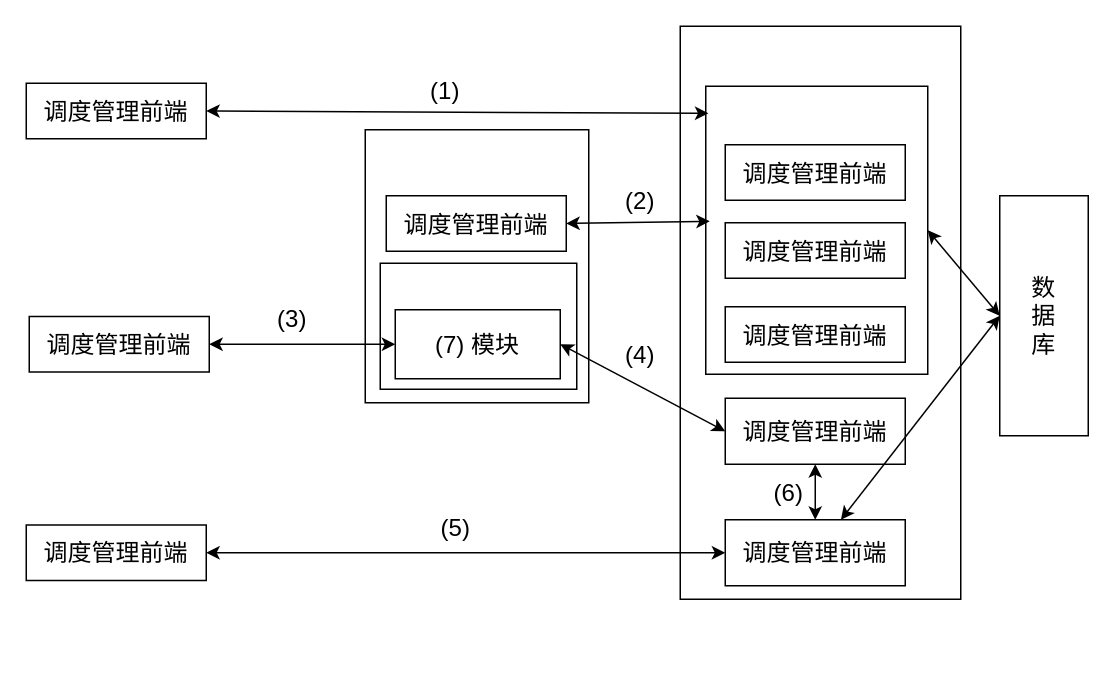
Earlier version of the draw.io diagram 软考.drawio (xiaodongYao/DrawIO). Source tidied: cells renumbered, new cells numbered last; positions are measured from the earlier drawing's top-left corner, leaving out a move shared by most shapes. Both pictures are drawn from the tidied source at 150%, with x=0, y=0 at pixel (26, 26).
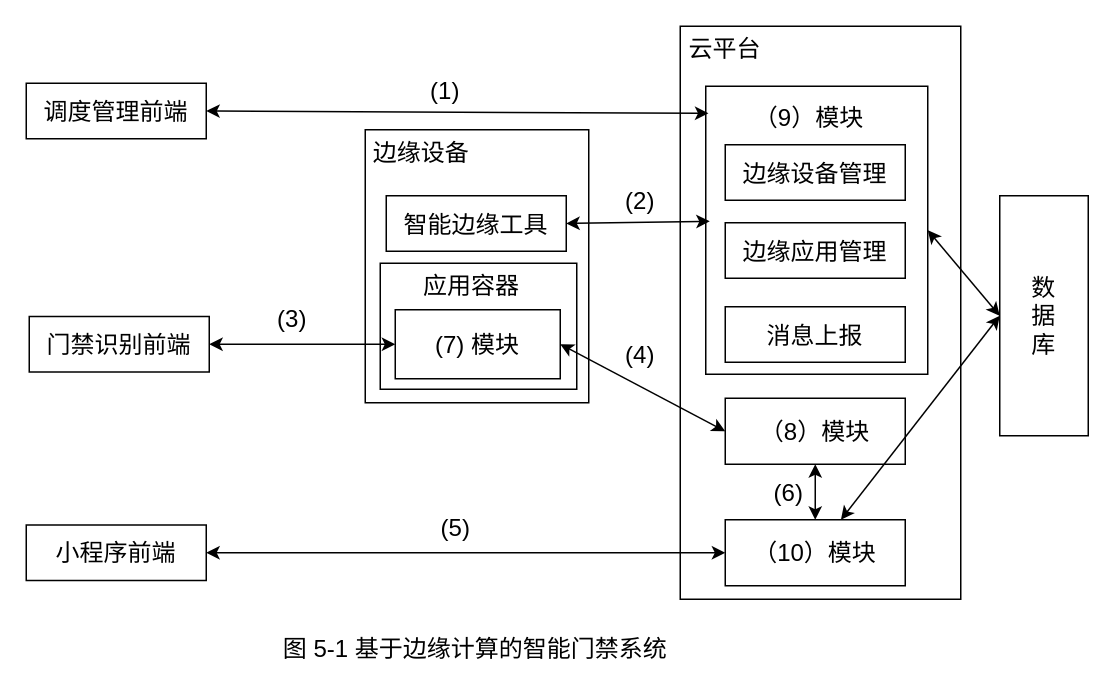
The same diagram, later.

The edit, as a diff of the source:
```diff
@@
-    <mxCell id="3" value="调度管理前端" style="rounded=0;whiteSpace=wrap;html=1;fontSize=16;" parent="1" vertex="1">
+    <mxCell id="3" value="门禁识别前端" style="rounded=0;whiteSpace=wrap;html=1;fontSize=16;" parent="1" vertex="1">
       <mxGeometry x="2" y="193.5" width="120" height="37" as="geometry" />
     </mxCell>
@@
-    <mxCell id="5" value="调度管理前端" style="rounded=0;whiteSpace=wrap;html=1;fontSize=16;" parent="1" vertex="1">
+    <mxCell id="5" value="小程序前端" style="rounded=0;whiteSpace=wrap;html=1;fontSize=16;" parent="1" vertex="1">
       <mxGeometry y="332.5" width="120" height="37" as="geometry" />
     </mxCell>
-    <mxCell id="6" value="调度管理前端" style="rounded=0;whiteSpace=wrap;html=1;fontSize=16;" parent="1" vertex="1">
+    <mxCell id="6" value="智能边缘工具" style="rounded=0;whiteSpace=wrap;html=1;fontSize=16;" parent="1" vertex="1">
       <mxGeometry x="240" y="113" width="120" height="37" as="geometry" />
     </mxCell>
@@
-    <mxCell id="11" value="调度管理前端" style="rounded=0;whiteSpace=wrap;html=1;fontSize=16;" parent="1" vertex="1">
+    <mxCell id="11" value="（8）模块" style="rounded=0;whiteSpace=wrap;html=1;fontSize=16;" parent="1" vertex="1">
       <mxGeometry x="466" y="248" width="120" height="44" as="geometry" />
     </mxCell>
-    <mxCell id="12" value="调度管理前端" style="rounded=0;whiteSpace=wrap;html=1;fontSize=16;" parent="1" vertex="1">
+    <mxCell id="12" value="边缘应用管理" style="rounded=0;whiteSpace=wrap;html=1;fontSize=16;" parent="1" vertex="1">
       <mxGeometry x="466" y="131" width="120" height="37" as="geometry" />
     </mxCell>
-    <mxCell id="13" value="调度管理前端" style="rounded=0;whiteSpace=wrap;html=1;fontSize=16;" parent="1" vertex="1">
+    <mxCell id="13" value="边缘设备管理" style="rounded=0;whiteSpace=wrap;html=1;fontSize=16;" parent="1" vertex="1">
       <mxGeometry x="466" y="79" width="120" height="37" as="geometry" />
     </mxCell>
-    <mxCell id="14" value="调度管理前端" style="rounded=0;whiteSpace=wrap;html=1;fontSize=16;" parent="1" vertex="1">
+    <mxCell id="14" value="消息上报" style="rounded=0;whiteSpace=wrap;html=1;fontSize=16;" parent="1" vertex="1">
       <mxGeometry x="466" y="187" width="120" height="37" as="geometry" />
     </mxCell>
-    <mxCell id="15" value="调度管理前端" style="rounded=0;whiteSpace=wrap;html=1;fontSize=16;" parent="1" vertex="1">
+    <mxCell id="15" value="（10）模块" style="rounded=0;whiteSpace=wrap;html=1;fontSize=16;" parent="1" vertex="1">
       <mxGeometry x="466" y="329" width="120" height="44" as="geometry" />
     </mxCell>
@@
+    <mxCell id="32" value="图 5-1 基于边缘计算的智能门禁系统" style="text;html=1;strokeColor=none;fillColor=none;align=center;verticalAlign=middle;whiteSpace=wrap;rounded=0;fontSize=16;" parent="1" vertex="1">
+      <mxGeometry x="136" y="400" width="327" height="30" as="geometry" />
+    </mxCell>
+    <mxCell id="33" value="（9）模块" style="text;html=1;strokeColor=none;fillColor=none;align=center;verticalAlign=middle;whiteSpace=wrap;rounded=0;fontSize=16;" parent="1" vertex="1">
+      <mxGeometry x="479" y="46" width="86" height="29" as="geometry" />
+    </mxCell>
+    <mxCell id="34" value="应用容器" style="text;html=1;strokeColor=none;fillColor=none;align=center;verticalAlign=middle;whiteSpace=wrap;rounded=0;fontSize=16;" parent="1" vertex="1">
+      <mxGeometry x="260" y="160" width="74" height="25" as="geometry" />
+    </mxCell>
+    <mxCell id="35" value="边缘设备" style="text;html=1;strokeColor=none;fillColor=none;align=center;verticalAlign=middle;whiteSpace=wrap;rounded=0;fontSize=16;" parent="1" vertex="1">
+      <mxGeometry x="226" y="72" width="75" height="23" as="geometry" />
+    </mxCell>
+    <mxCell id="36" value="云平台" style="text;html=1;strokeColor=none;fillColor=none;align=center;verticalAlign=middle;whiteSpace=wrap;rounded=0;fontSize=16;" parent="1" vertex="1">
+      <mxGeometry x="436" width="60" height="30" as="geometry" />
+    </mxCell>
```
